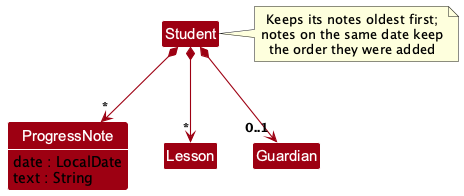
Above: docs/images/ProgressNoteClassDiagram.png in AY2627S1-CS2103T-F13-4/tp (PlantUML), before the change.
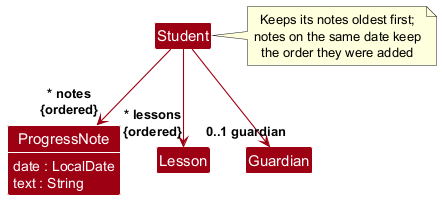
Above is the later version.

The edit, as a diff of the source:
```diff
@@ -3,6 +3,7 @@
 skinparam arrowThickness 1.1
 skinparam arrowColor MODEL_COLOR
 skinparam classBackgroundColor MODEL_COLOR
+skinparam classAttributeIconSize 0
 Class Student
 Class ProgressNote {
   date : LocalDate
@@ -12,9 +13,9 @@
 Class Guardian
 show ProgressNote fields
 
-Student *--> "*" Lesson
-Student *--> "0..1" Guardian
-Student *--> "*" ProgressNote
+Student --> "~* lessons\n{ordered}" Lesson
+Student --> "0..1 guardian" Guardian
+Student --> "~* notes\n{ordered}" ProgressNote
 
 note right of Student
   Keeps its notes oldest first;
```
